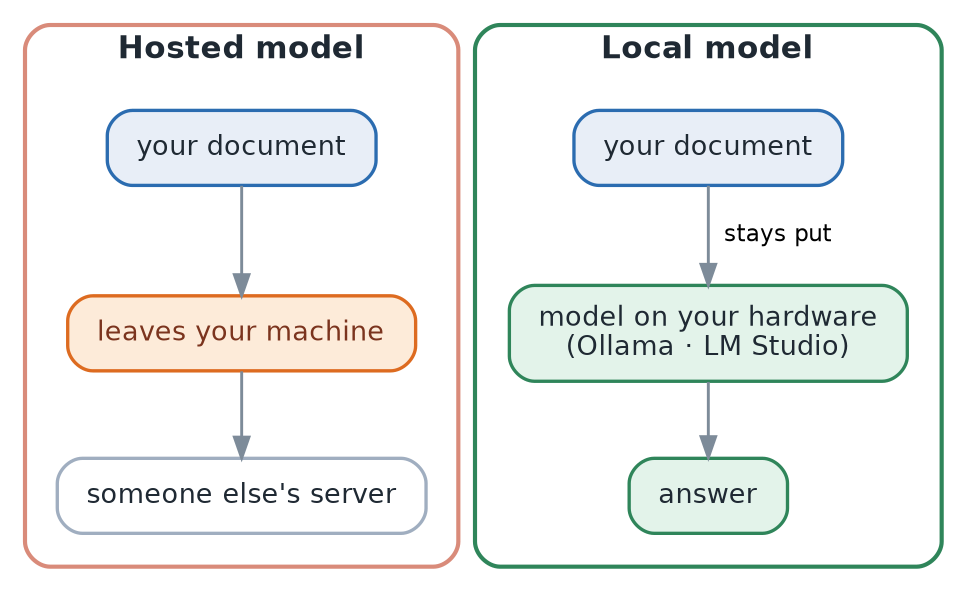
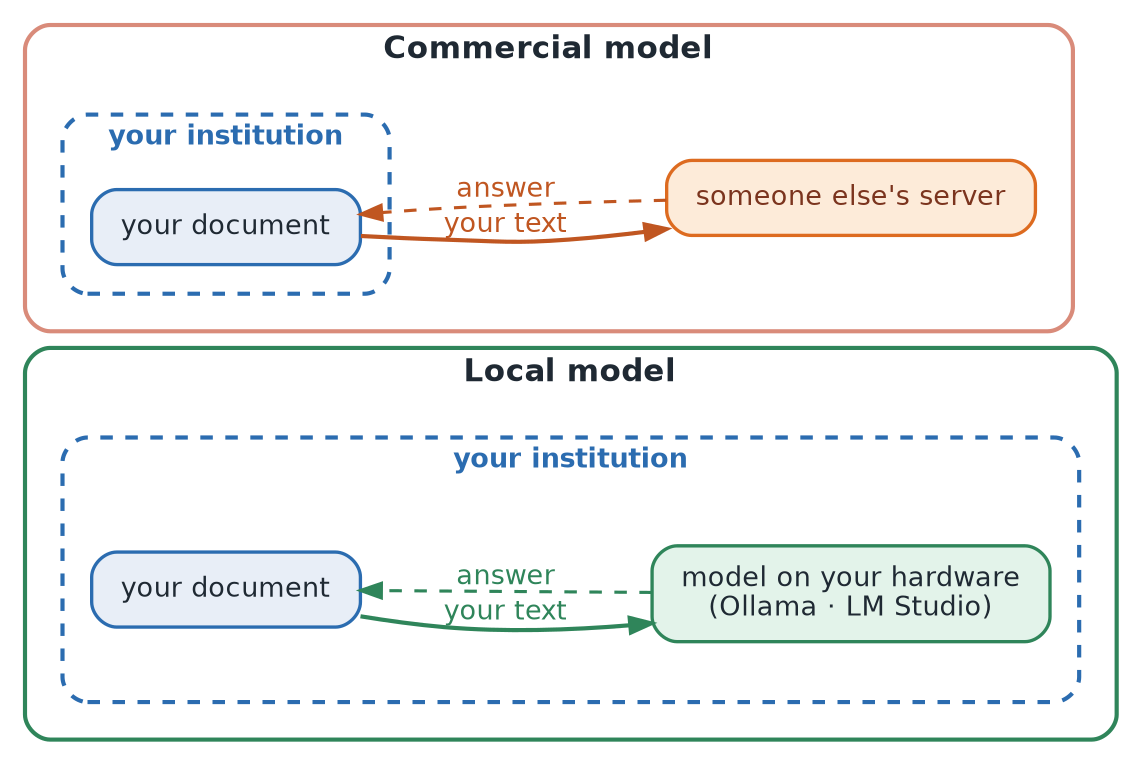
- // Where the text actually goes: a hosted model vs one running on your own
- // machine. Palette matches the deck's other figures (blue = context/input,
- // green = good/lean, coral = the thing to worry about).
+ // The institutional boundary is the point: the same text-out/answer-back
+ // round trip either crosses the dashed "your institution" line (commercial)
+ // or never touches it (local). Horizontal flow; the two panels stack
+ // vertically. Palette matches the deck's other figures (blue = yours/inside,
+ // green = good/local, coral = the thing to worry about).
digraph local_vs_hosted {
-   rankdir=TB;
+   rankdir=LR;
  bgcolor="transparent";
-   compound=true;
+   ranksep=1.1;
+   nodesep=0.3;
  node [shape=box, style="rounded,filled", fontname="Helvetica",
        fontsize=13, margin="0.20,0.12", penwidth=1.6];
-   edge [fontname="Helvetica", fontsize=11, color="#7d8b99", penwidth=1.4];
- 
-   subgraph cluster_hosted {
-     label="Hosted model";
-     fontname="Helvetica-Bold";
-     fontsize=15;
-     fontcolor="#1f2933";
-     style="rounded";
-     color="#d98b7a";
-     penwidth=2;
-     margin=16;
- 
-     h_doc  [label="your document", fillcolor="#e8eef7", color="#2b6cb0", fontcolor="#1f2933"];
-     h_net  [label="leaves your machine", shape=box, style="rounded,filled",
-             fillcolor="#fdebd9", color="#dd6b20", fontcolor="#7b341e"];
-     h_srv  [label="someone else's server", fillcolor="#ffffff", color="#a0aec0", fontcolor="#1f2933"];
- 
-     h_doc -> h_net -> h_srv;
-   }
+   edge [fontname="Helvetica", fontsize=13, penwidth=1.5];

  subgraph cluster_local {
    label="Local model";
    fontname="Helvetica-Bold";
    fontsize=15;
    fontcolor="#1f2933";
    style="rounded";
    color="#2f855a";
    penwidth=2;
-     margin=16;
+     margin=18;

-     l_doc [label="your document", fillcolor="#e8eef7", color="#2b6cb0", fontcolor="#1f2933"];
-     l_mod [label="model on your hardware\n(Ollama · LM Studio)",
-            fillcolor="#e3f3ea", color="#2f855a", fontcolor="#1f2933"];
-     l_out [label="answer", fillcolor="#e3f3ea", color="#2f855a", fontcolor="#1f2933"];
+     subgraph cluster_local_inst {
+       label="your institution";
+       fontname="Helvetica-Bold";
+       fontsize=13;
+       fontcolor="#2b6cb0";
+       style="rounded,dashed";
+       color="#2b6cb0";
+       penwidth=2;
+       margin=14;

-     l_doc -> l_mod [label="  stays put"];
-     l_mod -> l_out;
+       l_doc [label="your document", fillcolor="#e8eef7", color="#2b6cb0", fontcolor="#1f2933"];
+       l_mod [label="model on your hardware\n(Ollama · LM Studio)",
+              fillcolor="#e3f3ea", color="#2f855a", fontcolor="#1f2933"];
+ 
+       l_doc -> l_mod [color="#2f855a", fontcolor="#2f855a", penwidth=2,
+                       label="your text"];
+       l_mod -> l_doc [color="#2f855a", fontcolor="#2f855a", style=dashed,
+                       label="answer"];
+     }
+   }
+ 
+   subgraph cluster_hosted {
+     label="Commercial model";
+     fontname="Helvetica-Bold";
+     fontsize=15;
+     fontcolor="#1f2933";
+     style="rounded";
+     color="#d98b7a";
+     penwidth=2;
+     margin=18;
+ 
+     subgraph cluster_hosted_inst {
+       label="your institution";
+       fontname="Helvetica-Bold";
+       fontsize=13;
+       fontcolor="#2b6cb0";
+       style="rounded,dashed";
+       color="#2b6cb0";
+       penwidth=2;
+       margin=14;
+ 
+       h_doc [label="your document", fillcolor="#e8eef7", color="#2b6cb0", fontcolor="#1f2933"];
+     }
+ 
+     h_srv [label="someone else's server", fillcolor="#fdebd9", color="#dd6b20", fontcolor="#7b341e"];
+ 
+     h_doc -> h_srv [color="#c05621", fontcolor="#c05621", penwidth=2,
+                     label="your text"];
+     h_srv -> h_doc [color="#c05621", fontcolor="#c05621", style=dashed,
+                     label="answer"];
  }
}
